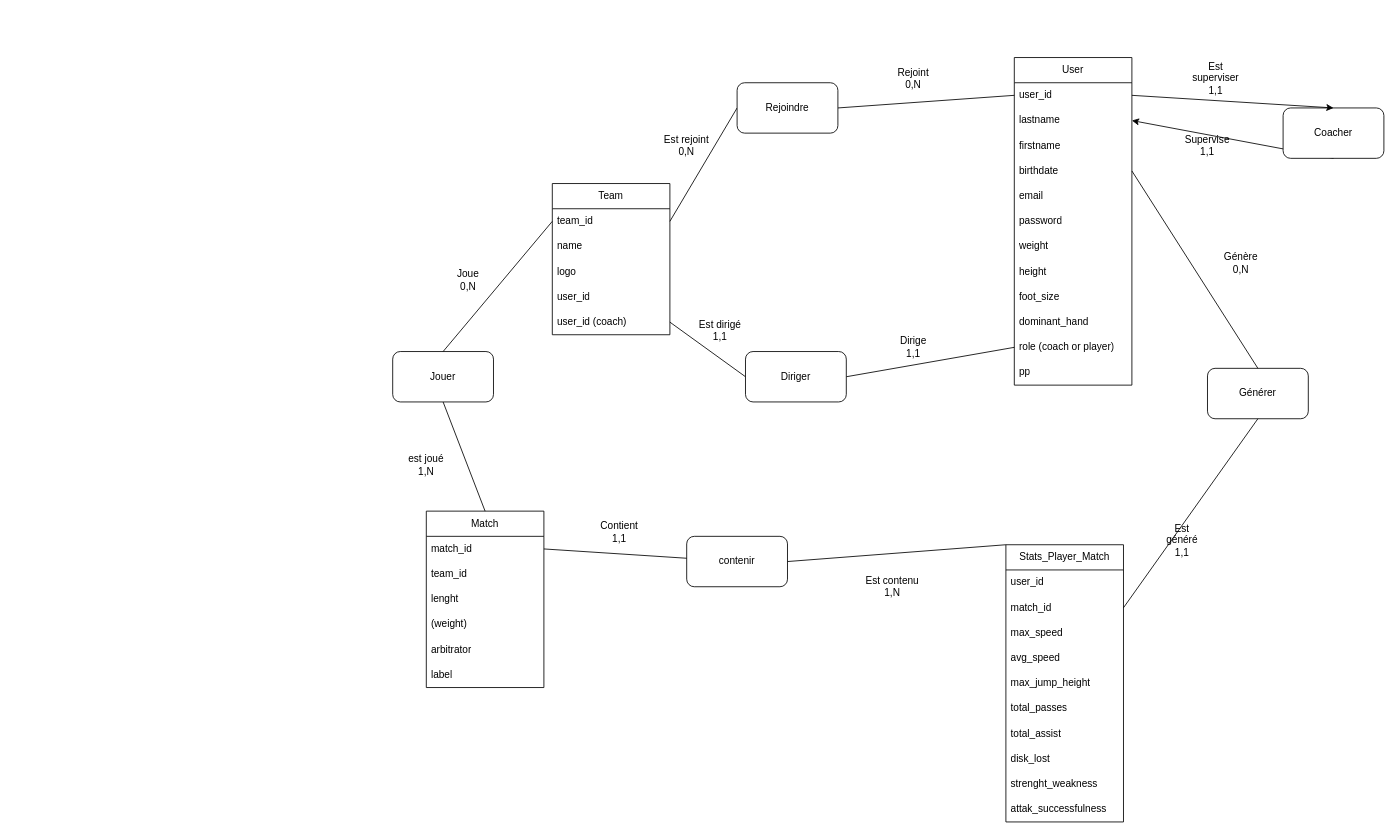
Earlier version of the draw.io diagram DB.dio (Saint-Patic/Projet-d-integration-2025-2026). Source tidied: cells renumbered, new cells numbered last; positions are measured from the earlier drawing's top-left corner, leaving out a move shared by most shapes. Both pictures are drawn from the tidied source at 84%, with x=0, y=0 at pixel (392, 57).
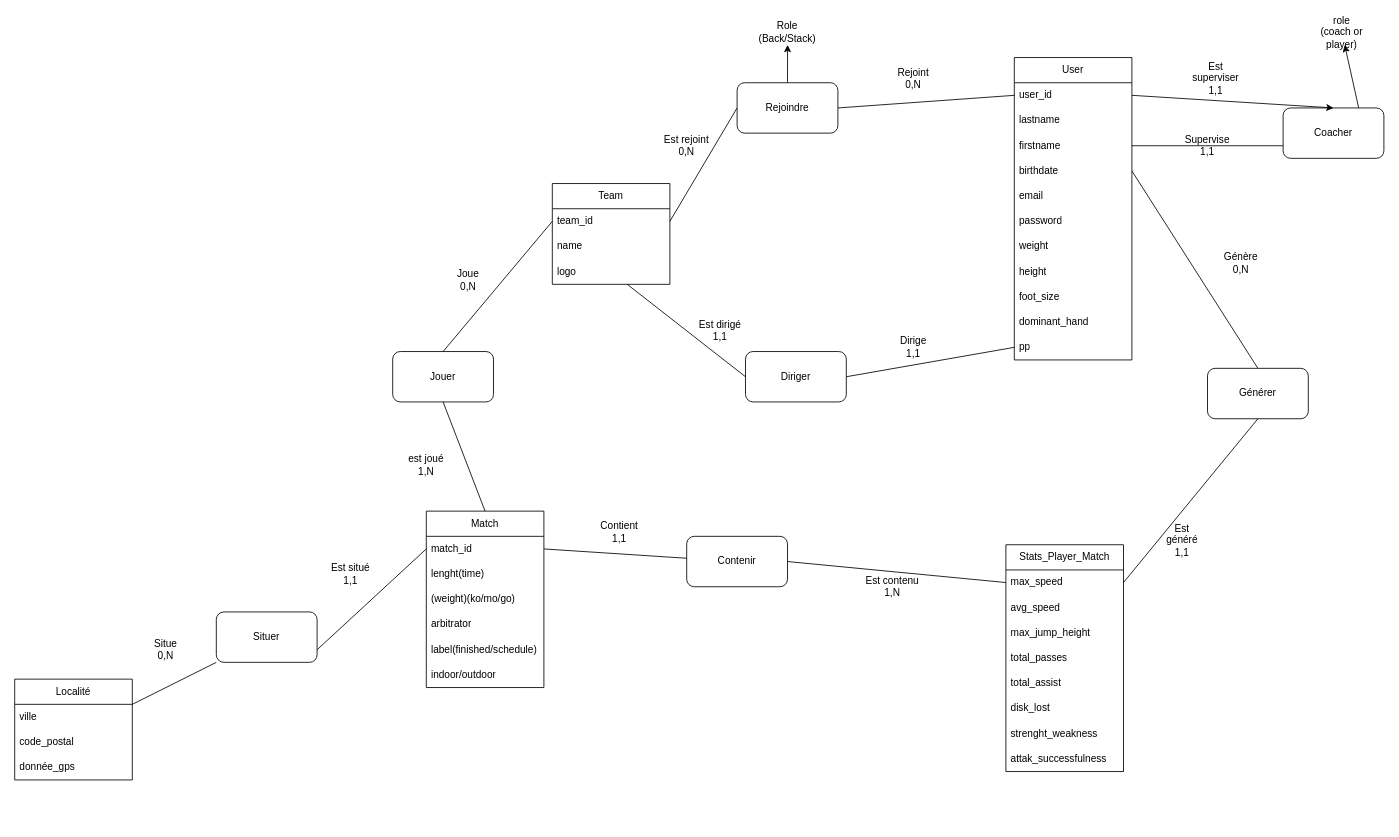
After the change.

Commit message:
Avancée sur la db, rajout de la table localité et correction schema logique

Unchanged cells that the change refers to:
```xml
<mxCell id="15" value="lastname" style="text;strokeColor=none;fillColor=none;align=left;verticalAlign=middle;spacingLeft=4;spacingRight=4;overflow=hidden;points=[[0,0.5],[1,0.5]];portConstraint=eastwest;whiteSpace=wrap;html=1;" parent="13" vertex="1">
  <mxGeometry y="60" width="140" height="30" as="geometry" />
</mxCell>
<mxCell id="16" value="firstname" style="text;strokeColor=none;fillColor=none;align=left;verticalAlign=middle;spacingLeft=4;spacingRight=4;overflow=hidden;points=[[0,0.5],[1,0.5]];portConstraint=eastwest;whiteSpace=wrap;html=1;" parent="13" vertex="1">
  <mxGeometry y="90" width="140" height="30" as="geometry" />
</mxCell>
<mxCell id="26" value="Match" style="swimlane;fontStyle=0;horizontal=1;startSize=30;whiteSpace=wrap;html=1;" parent="1" vertex="1">
  <mxGeometry x="40" y="540" width="140" height="210" as="geometry" />
</mxCell>
<mxCell id="27" value="match_id" style="text;strokeColor=none;fillColor=none;align=left;verticalAlign=middle;spacingLeft=4;spacingRight=4;overflow=hidden;points=[[0,0.5],[1,0.5]];portConstraint=eastwest;whiteSpace=wrap;html=1;" parent="26" vertex="1">
  <mxGeometry y="30" width="140" height="30" as="geometry" />
</mxCell>
<mxCell id="36" value="logo" style="text;strokeColor=none;fillColor=none;align=left;verticalAlign=middle;spacingLeft=4;spacingRight=4;overflow=hidden;points=[[0,0.5],[1,0.5]];portConstraint=eastwest;whiteSpace=wrap;html=1;" parent="33" vertex="1">
  <mxGeometry y="90" width="140" height="30" as="geometry" />
</mxCell>
<mxCell id="40" value="Coacher" style="rounded=1;whiteSpace=wrap;html=1;" parent="1" vertex="1">
  <mxGeometry x="1060" y="60" width="120" height="60" as="geometry" />
</mxCell>
<mxCell id="46" value="Rejoindre" style="rounded=1;whiteSpace=wrap;html=1;" parent="1" vertex="1">
  <mxGeometry x="410" y="30" width="120" height="60" as="geometry" />
</mxCell>
<mxCell id="49" value="Diriger" style="rounded=1;whiteSpace=wrap;html=1;" parent="1" vertex="1">
  <mxGeometry x="420" y="350" width="120" height="60" as="geometry" />
</mxCell>
<mxCell id="64" value="Générer" style="rounded=1;whiteSpace=wrap;html=1;" parent="1" vertex="1">
  <mxGeometry x="970" y="370" width="120" height="60" as="geometry" />
</mxCell>
```

Change to the diagram source:
```diff
@@
     <mxCell id="2" value="Stats_Player_Match" style="swimlane;fontStyle=0;horizontal=1;startSize=30;whiteSpace=wrap;html=1;" parent="1" vertex="1">
-      <mxGeometry x="730" y="580" width="140" height="330" as="geometry" />
+      <mxGeometry x="730" y="580" width="140" height="270" as="geometry" />
     </mxCell>
-    <mxCell id="3" value="user_id" style="text;strokeColor=none;fillColor=none;align=left;verticalAlign=middle;spacingLeft=4;spacingRight=4;overflow=hidden;whiteSpace=wrap;html=1;" parent="2" vertex="1">
-      <mxGeometry y="30" width="140" height="30" as="geometry" />
-    </mxCell>
-    <mxCell id="4" value="match_id" style="text;strokeColor=none;fillColor=none;align=left;verticalAlign=middle;spacingLeft=4;spacingRight=4;overflow=hidden;points=[[0,0.5],[1,0.5]];portConstraint=eastwest;whiteSpace=wrap;html=1;" parent="2" vertex="1">
-      <mxGeometry y="60" width="140" height="30" as="geometry" />
-    </mxCell>
     <mxCell id="5" value="max_speed" style="text;strokeColor=none;fillColor=none;align=left;verticalAlign=middle;spacingLeft=4;spacingRight=4;overflow=hidden;points=[[0,0.5],[1,0.5]];portConstraint=eastwest;whiteSpace=wrap;html=1;" parent="2" vertex="1">
-      <mxGeometry y="90" width="140" height="30" as="geometry" />
+      <mxGeometry y="30" width="140" height="30" as="geometry" />
     </mxCell>
     <mxCell id="6" value="avg_speed" style="text;strokeColor=none;fillColor=none;align=left;verticalAlign=middle;spacingLeft=4;spacingRight=4;overflow=hidden;whiteSpace=wrap;html=1;" parent="2" vertex="1">
-      <mxGeometry y="120" width="140" height="30" as="geometry" />
+      <mxGeometry y="60" width="140" height="30" as="geometry" />
     </mxCell>
     <mxCell id="7" value="max_jump_height" style="text;strokeColor=none;fillColor=none;align=left;verticalAlign=middle;spacingLeft=4;spacingRight=4;overflow=hidden;whiteSpace=wrap;html=1;" parent="2" vertex="1">
-      <mxGeometry y="150" width="140" height="30" as="geometry" />
+      <mxGeometry y="90" width="140" height="30" as="geometry" />
     </mxCell>
     <mxCell id="8" value="total_passes" style="text;strokeColor=none;fillColor=none;align=left;verticalAlign=middle;spacingLeft=4;spacingRight=4;overflow=hidden;whiteSpace=wrap;html=1;" parent="2" vertex="1">
-      <mxGeometry y="180" width="140" height="30" as="geometry" />
+      <mxGeometry y="120" width="140" height="30" as="geometry" />
     </mxCell>
     <mxCell id="9" value="total_assist" style="text;strokeColor=none;fillColor=none;align=left;verticalAlign=middle;spacingLeft=4;spacingRight=4;overflow=hidden;whiteSpace=wrap;html=1;" parent="2" vertex="1">
-      <mxGeometry y="210" width="140" height="30" as="geometry" />
+      <mxGeometry y="150" width="140" height="30" as="geometry" />
     </mxCell>
     <mxCell id="10" value="disk_lost" style="text;strokeColor=none;fillColor=none;align=left;verticalAlign=middle;spacingLeft=4;spacingRight=4;overflow=hidden;whiteSpace=wrap;html=1;" parent="2" vertex="1">
-      <mxGeometry y="240" width="140" height="30" as="geometry" />
+      <mxGeometry y="180" width="140" height="30" as="geometry" />
     </mxCell>
     <mxCell id="11" value="strenght_weakness" style="text;strokeColor=none;fillColor=none;align=left;verticalAlign=middle;spacingLeft=4;spacingRight=4;overflow=hidden;whiteSpace=wrap;html=1;" parent="2" vertex="1">
-      <mxGeometry y="270" width="140" height="30" as="geometry" />
+      <mxGeometry y="210" width="140" height="30" as="geometry" />
     </mxCell>
     <mxCell id="12" value="attak_successfulness" style="text;strokeColor=none;fillColor=none;align=left;verticalAlign=middle;spacingLeft=4;spacingRight=4;overflow=hidden;whiteSpace=wrap;html=1;" parent="2" vertex="1">
-      <mxGeometry y="300" width="140" height="30" as="geometry" />
+      <mxGeometry y="240" width="140" height="30" as="geometry" />
     </mxCell>
     <mxCell id="13" value="User" style="swimlane;fontStyle=0;horizontal=1;startSize=30;whiteSpace=wrap;html=1;" parent="1" vertex="1">
-      <mxGeometry x="740" width="140" height="390" as="geometry" />
+      <mxGeometry x="740" width="140" height="360" as="geometry" />
     </mxCell>
@@
-    <mxCell id="24" value="role (coach or player)" style="text;strokeColor=none;fillColor=none;align=left;verticalAlign=middle;spacingLeft=4;spacingRight=4;overflow=hidden;points=[[0,0.5],[1,0.5]];portConstraint=eastwest;whiteSpace=wrap;html=1;" parent="13" vertex="1">
-      <mxGeometry y="330" width="140" height="30" as="geometry" />
-    </mxCell>
     <mxCell id="25" value="pp" style="text;strokeColor=none;fillColor=none;align=left;verticalAlign=middle;spacingLeft=4;spacingRight=4;overflow=hidden;whiteSpace=wrap;html=1;" parent="13" vertex="1">
-      <mxGeometry y="360" width="140" height="30" as="geometry" />
+      <mxGeometry y="330" width="140" height="30" as="geometry" />
     </mxCell>
@@
-    <mxCell id="28" value="team_id" style="text;strokeColor=none;fillColor=none;align=left;verticalAlign=middle;spacingLeft=4;spacingRight=4;overflow=hidden;whiteSpace=wrap;html=1;" parent="26" vertex="1">
-      <mxGeometry y="60" width="140" height="30" as="geometry" />
-    </mxCell>
-    <mxCell id="29" value="lenght" style="text;strokeColor=none;fillColor=none;align=left;verticalAlign=middle;spacingLeft=4;spacingRight=4;overflow=hidden;whiteSpace=wrap;html=1;" parent="26" vertex="1">
-      <mxGeometry y="90" width="140" height="30" as="geometry" />
+    <mxCell id="29" value="lenght(time)" style="text;strokeColor=none;fillColor=none;align=left;verticalAlign=middle;spacingLeft=4;spacingRight=4;overflow=hidden;whiteSpace=wrap;html=1;" parent="26" vertex="1">
+      <mxGeometry y="60" width="140" height="30" as="geometry" />
     </mxCell>
-    <mxCell id="30" value="(weight)" style="text;strokeColor=none;fillColor=none;align=left;verticalAlign=middle;spacingLeft=4;spacingRight=4;overflow=hidden;whiteSpace=wrap;html=1;" parent="26" vertex="1">
-      <mxGeometry y="120" width="140" height="30" as="geometry" />
+    <mxCell id="30" value="(weight)(ko/mo/go)" style="text;strokeColor=none;fillColor=none;align=left;verticalAlign=middle;spacingLeft=4;spacingRight=4;overflow=hidden;whiteSpace=wrap;html=1;" parent="26" vertex="1">
+      <mxGeometry y="90" width="140" height="30" as="geometry" />
     </mxCell>
     <mxCell id="31" value="arbitrator" style="text;strokeColor=none;fillColor=none;align=left;verticalAlign=middle;spacingLeft=4;spacingRight=4;overflow=hidden;whiteSpace=wrap;html=1;" parent="26" vertex="1">
-      <mxGeometry y="150" width="140" height="30" as="geometry" />
+      <mxGeometry y="120" width="140" height="30" as="geometry" />
     </mxCell>
-    <mxCell id="32" value="label" style="text;strokeColor=none;fillColor=none;align=left;verticalAlign=middle;spacingLeft=4;spacingRight=4;overflow=hidden;whiteSpace=wrap;html=1;" parent="26" vertex="1">
-      <mxGeometry y="180" width="140" height="30" as="geometry" />
+    <mxCell id="32" value="label(finished/schedule)" style="text;strokeColor=none;fillColor=none;align=left;verticalAlign=middle;spacingLeft=4;spacingRight=4;overflow=hidden;whiteSpace=wrap;html=1;" parent="26" vertex="1">
+      <mxGeometry y="150" width="140" height="30" as="geometry" />
     </mxCell>
+    <mxCell id="69" value="indoor/outdoor" style="text;strokeColor=none;fillColor=none;align=left;verticalAlign=middle;spacingLeft=4;spacingRight=4;overflow=hidden;whiteSpace=wrap;html=1;" parent="26" vertex="1">
+      <mxGeometry y="180" width="140" height="30" as="geometry" />
+    </mxCell>
     <mxCell id="33" value="Team" style="swimlane;fontStyle=0;horizontal=1;startSize=30;whiteSpace=wrap;html=1;" parent="1" vertex="1">
-      <mxGeometry x="190" y="150" width="140" height="180" as="geometry" />
+      <mxGeometry x="190" y="150" width="140" height="120" as="geometry" />
     </mxCell>
@@
-    <mxCell id="37" value="user_id" style="text;strokeColor=none;fillColor=none;align=left;verticalAlign=middle;spacingLeft=4;spacingRight=4;overflow=hidden;whiteSpace=wrap;html=1;" parent="33" vertex="1">
-      <mxGeometry y="120" width="140" height="30" as="geometry" />
-    </mxCell>
-    <mxCell id="38" value="user_id (coach)" style="text;strokeColor=none;fillColor=none;align=left;verticalAlign=middle;spacingLeft=4;spacingRight=4;overflow=hidden;points=[[0,0.5],[1,0.5]];portConstraint=eastwest;whiteSpace=wrap;html=1;" parent="33" vertex="1">
-      <mxGeometry y="150" width="140" height="30" as="geometry" />
-    </mxCell>
-    <mxCell id="39" style="edgeStyle=none;html=1;exitX=0.5;exitY=1;exitDx=0;exitDy=0;entryX=1;entryY=0.5;entryDx=0;entryDy=0;" parent="1" edge="1" source="40" target="15">
-      <mxGeometry relative="1" as="geometry" />
-    </mxCell>
+    <mxCell id="70" style="edgeStyle=none;html=1;exitX=0.75;exitY=0;exitDx=0;exitDy=0;" parent="1" edge="1" source="40" target="24">
+      <mxGeometry relative="1" as="geometry" />
+    </mxCell>
@@
+    <mxCell id="71" style="edgeStyle=none;html=1;exitX=0.5;exitY=0;exitDx=0;exitDy=0;" parent="1" edge="1" source="46" target="82">
+      <mxGeometry relative="1" as="geometry" />
+    </mxCell>
@@
-    <mxCell id="47" style="edgeStyle=none;html=1;exitX=0;exitY=0.5;exitDx=0;exitDy=0;entryX=1;entryY=0.5;entryDx=0;entryDy=0;endArrow=none;endFill=0;" parent="1" edge="1" source="49" target="38">
-      <mxGeometry relative="1" as="geometry" />
-    </mxCell>
-    <mxCell id="48" style="edgeStyle=none;html=1;exitX=1;exitY=0.5;exitDx=0;exitDy=0;entryX=0;entryY=0.5;entryDx=0;entryDy=0;endArrow=none;endFill=0;" parent="1" edge="1" source="49" target="24">
-      <mxGeometry relative="1" as="geometry" />
+    <mxCell id="48" style="edgeStyle=none;html=1;exitX=1;exitY=0.5;exitDx=0;exitDy=0;entryX=0;entryY=0.5;entryDx=0;entryDy=0;endArrow=none;endFill=0;" parent="1" edge="1" source="49">
+      <mxGeometry relative="1" as="geometry">
+        <mxPoint x="740" y="345" as="targetPoint" />
+      </mxGeometry>
     </mxCell>
+    <mxCell id="72" style="edgeStyle=none;html=1;exitX=0;exitY=0.5;exitDx=0;exitDy=0;endArrow=none;endFill=0;" parent="1" edge="1" source="49" target="36">
+      <mxGeometry relative="1" as="geometry" />
+    </mxCell>
@@
-    <mxCell id="59" style="edgeStyle=none;html=1;exitX=1;exitY=0.5;exitDx=0;exitDy=0;entryX=0;entryY=0;entryDx=0;entryDy=0;endArrow=none;endFill=0;" parent="1" edge="1" source="60" target="2">
-      <mxGeometry relative="1" as="geometry" />
-    </mxCell>
+    <mxCell id="73" style="edgeStyle=none;html=1;exitX=1;exitY=0.5;exitDx=0;exitDy=0;entryX=0;entryY=0.5;entryDx=0;entryDy=0;endArrow=none;endFill=0;" parent="1" edge="1" source="60" target="5">
+      <mxGeometry relative="1" as="geometry" />
+    </mxCell>
-    <mxCell id="60" value="contenir" style="rounded=1;whiteSpace=wrap;html=1;" parent="1" vertex="1">
+    <mxCell id="60" value="Contenir" style="rounded=1;whiteSpace=wrap;html=1;" parent="1" vertex="1">
       <mxGeometry x="350" y="570" width="120" height="60" as="geometry" />
     </mxCell>
@@
-    <mxCell id="66" style="edgeStyle=none;html=1;exitX=1;exitY=0.5;exitDx=0;exitDy=0;entryX=0.5;entryY=1;entryDx=0;entryDy=0;endArrow=none;endFill=0;" parent="1" edge="1" source="4" target="64">
-      <mxGeometry relative="1" as="geometry" />
+    <mxCell id="66" style="edgeStyle=none;html=1;exitX=1;exitY=0.5;exitDx=0;exitDy=0;entryX=0.5;entryY=1;entryDx=0;entryDy=0;endArrow=none;endFill=0;" parent="1" edge="1" target="64">
+      <mxGeometry relative="1" as="geometry">
+        <mxPoint x="870" y="625" as="sourcePoint" />
+      </mxGeometry>
     </mxCell>
@@
+    <mxCell id="74" value="Localité" style="swimlane;fontStyle=0;horizontal=1;startSize=30;whiteSpace=wrap;html=1;" parent="1" vertex="1">
+      <mxGeometry x="-450" y="740" width="140" height="120" as="geometry" />
+    </mxCell>
+    <mxCell id="75" value="ville" style="text;strokeColor=none;fillColor=none;align=left;verticalAlign=middle;spacingLeft=4;spacingRight=4;overflow=hidden;whiteSpace=wrap;html=1;" parent="74" vertex="1">
+      <mxGeometry y="30" width="140" height="30" as="geometry" />
+    </mxCell>
+    <mxCell id="76" value="code_postal" style="text;strokeColor=none;fillColor=none;align=left;verticalAlign=middle;spacingLeft=4;spacingRight=4;overflow=hidden;whiteSpace=wrap;html=1;" parent="74" vertex="1">
+      <mxGeometry y="60" width="140" height="30" as="geometry" />
+    </mxCell>
+    <mxCell id="77" value="donnée_gps" style="text;strokeColor=none;fillColor=none;align=left;verticalAlign=middle;spacingLeft=4;spacingRight=4;overflow=hidden;whiteSpace=wrap;html=1;" parent="74" vertex="1">
+      <mxGeometry y="90" width="140" height="30" as="geometry" />
+    </mxCell>
+    <mxCell id="78" style="edgeStyle=none;html=1;exitX=1;exitY=0.75;exitDx=0;exitDy=0;entryX=0;entryY=0.5;entryDx=0;entryDy=0;endArrow=none;endFill=0;" parent="1" edge="1" source="80" target="27">
+      <mxGeometry relative="1" as="geometry" />
+    </mxCell>
+    <mxCell id="79" style="edgeStyle=none;html=1;exitX=0;exitY=1;exitDx=0;exitDy=0;entryX=1;entryY=0.25;entryDx=0;entryDy=0;endArrow=none;endFill=0;" parent="1" edge="1" source="80" target="74">
+      <mxGeometry relative="1" as="geometry" />
+    </mxCell>
+    <mxCell id="80" value="Situer" style="rounded=1;whiteSpace=wrap;html=1;" parent="1" vertex="1">
+      <mxGeometry x="-210" y="660" width="120" height="60" as="geometry" />
+    </mxCell>
+    <mxCell id="81" style="edgeStyle=none;html=1;exitX=1;exitY=0.5;exitDx=0;exitDy=0;entryX=0;entryY=0.75;entryDx=0;entryDy=0;endArrow=none;endFill=0;" parent="1" edge="1" source="16" target="40">
+      <mxGeometry relative="1" as="geometry" />
+    </mxCell>
+    <mxCell id="24" value="&lt;span style=&quot;color: rgb(0, 0, 0); text-align: left;&quot;&gt;role (coach or player)&lt;/span&gt;" style="text;html=1;align=center;verticalAlign=middle;whiteSpace=wrap;rounded=0;" parent="1" vertex="1">
+      <mxGeometry x="1100" y="-45" width="60" height="30" as="geometry" />
+    </mxCell>
+    <mxCell id="82" value="Role&lt;div&gt;(Back/Stack)&lt;/div&gt;" style="text;html=1;align=center;verticalAlign=middle;whiteSpace=wrap;rounded=0;" parent="1" vertex="1">
+      <mxGeometry x="440.1" y="-45" width="60" height="30" as="geometry" />
+    </mxCell>
+    <mxCell id="83" value="&lt;div&gt;Est situé&lt;/div&gt;1,1" style="text;html=1;align=center;verticalAlign=middle;whiteSpace=wrap;rounded=0;" parent="1" vertex="1">
+      <mxGeometry x="-80" y="600" width="60" height="30" as="geometry" />
+    </mxCell>
+    <mxCell id="84" value="&lt;div&gt;Situe&lt;/div&gt;0,N" style="text;html=1;align=center;verticalAlign=middle;whiteSpace=wrap;rounded=0;" parent="1" vertex="1">
+      <mxGeometry x="-300" y="690" width="60" height="30" as="geometry" />
+    </mxCell>
```
